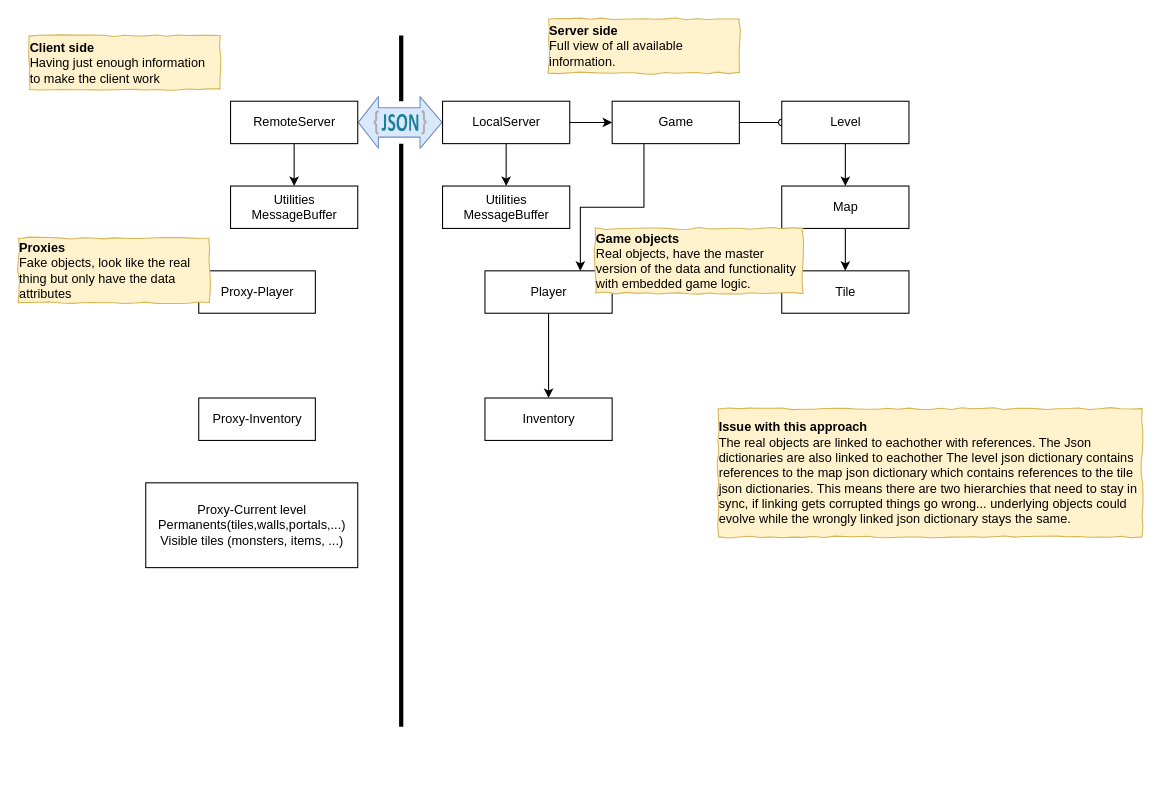
Frostlock/Warrens-II keeps this draw.io diagram as Docs/Client-Server.drawio. Above is the earlier version. Source tidied: cells renumbered, new cells numbered last; positions are measured from the earlier drawing's top-left corner, leaving out a move shared by most shapes. Both pictures are drawn from the tidied source at 106%, with x=0, y=0 at pixel (18, 18).
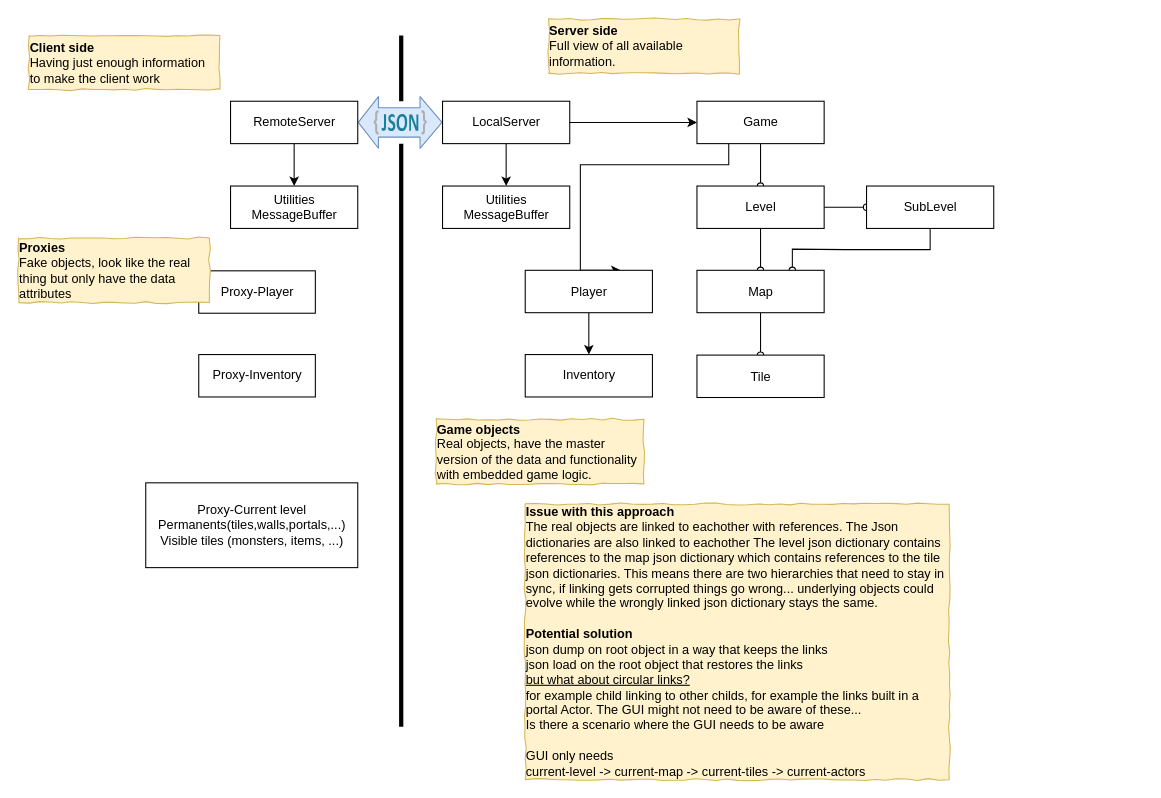
After the change.

Commit message:
client server comms

Change to the diagram source:
```diff
@@
     <mxCell id="3" style="edgeStyle=orthogonalEdgeStyle;rounded=0;jettySize=auto;html=1;entryX=0.75;entryY=0;entryDx=0;entryDy=0;exitX=0.25;exitY=1;exitDx=0;exitDy=0;" parent="1" edge="1" source="5" target="8">
-      <mxGeometry relative="1" as="geometry" />
+      <mxGeometry relative="1" as="geometry">
+        <Array as="points">
+          <mxPoint x="670" y="138" />
+          <mxPoint x="530" y="138" />
+        </Array>
+      </mxGeometry>
     </mxCell>
@@
     <mxCell id="5" value="Game" style="html=1;" parent="1" vertex="1">
-      <mxGeometry x="560" y="78" width="120" height="40" as="geometry" />
+      <mxGeometry x="640" y="78" width="120" height="40" as="geometry" />
     </mxCell>
     <mxCell id="6" value="Level" style="html=1;" parent="1" vertex="1">
-      <mxGeometry x="720" y="78" width="120" height="40" as="geometry" />
+      <mxGeometry x="640" y="158" width="120" height="40" as="geometry" />
     </mxCell>
@@
     <mxCell id="8" value="Player" style="html=1;" parent="1" vertex="1">
-      <mxGeometry x="440" y="238" width="120" height="40" as="geometry" />
+      <mxGeometry x="478" y="237.5" width="120" height="40" as="geometry" />
     </mxCell>
     <mxCell id="9" value="Inventory" style="html=1;" parent="1" vertex="1">
-      <mxGeometry x="440" y="358" width="120" height="40" as="geometry" />
+      <mxGeometry x="478" y="317" width="120" height="40" as="geometry" />
     </mxCell>
@@
     <mxCell id="24" value="Proxy-Inventory" style="html=1;" parent="1" vertex="1">
-      <mxGeometry x="170" y="358" width="110" height="40" as="geometry" />
+      <mxGeometry x="170" y="317" width="110" height="40" as="geometry" />
     </mxCell>
-    <mxCell id="25" style="edgeStyle=orthogonalEdgeStyle;rounded=0;jettySize=auto;html=1;endArrow=classic;endFill=1;exitX=0.5;exitY=1;exitDx=0;exitDy=0;" parent="1" edge="1" source="6" target="27">
-      <mxGeometry relative="1" as="geometry" />
-    </mxCell>
-    <mxCell id="26" style="edgeStyle=orthogonalEdgeStyle;rounded=0;jettySize=auto;html=1;endArrow=classic;endFill=1;" parent="1" edge="1" source="27" target="28">
-      <mxGeometry relative="1" as="geometry" />
-    </mxCell>
-    <mxCell id="27" value="Map" style="html=1;" parent="1" vertex="1">
-      <mxGeometry x="720" y="158" width="120" height="40" as="geometry" />
-    </mxCell>
-    <mxCell id="28" value="Tile" style="html=1;" parent="1" vertex="1">
-      <mxGeometry x="720" y="238" width="120" height="40" as="geometry" />
-    </mxCell>
@@
     <mxCell id="30" value="&lt;div style=&quot;text-align: left&quot;&gt;&lt;b&gt;Game objects&lt;/b&gt;&lt;/div&gt;&lt;div style=&quot;text-align: left&quot;&gt;&lt;span&gt;Real objects, have the master version of the data and functionality with embedded game logic.&lt;/span&gt;&lt;/div&gt;" style="text;html=1;align=center;verticalAlign=middle;whiteSpace=wrap;rounded=0;glass=0;comic=1;fillColor=#fff2cc;strokeColor=#d6b656;fontColor=#000000;" parent="1" vertex="1">
-      <mxGeometry x="544" y="198" width="196" height="61" as="geometry" />
+      <mxGeometry x="394" y="378" width="196" height="61" as="geometry" />
     </mxCell>
-    <mxCell id="31" value="&lt;div style=&quot;text-align: left&quot;&gt;&lt;b&gt;Issue with this approach&lt;/b&gt;&lt;/div&gt;&lt;div style=&quot;text-align: left&quot;&gt;&lt;span&gt;The real objects are linked to eachother with references. The Json dictionaries are also linked to eachother The level json dictionary contains references to the map json dictionary which contains references to the tile json dictionaries. This means there are two hierarchies that need to stay in sync, if linking gets corrupted things go wrong... underlying objects could evolve while the wrongly linked json dictionary stays the same.&lt;/span&gt;&lt;/div&gt;" style="text;html=1;align=center;verticalAlign=middle;whiteSpace=wrap;rounded=0;glass=0;comic=1;fillColor=#fff2cc;strokeColor=#d6b656;fontColor=#000000;" parent="1" vertex="1">
-      <mxGeometry x="660" y="368" width="400" height="121" as="geometry" />
+    <mxCell id="31" value="&lt;div style=&quot;text-align: left&quot;&gt;&lt;b&gt;Issue with this approach&lt;/b&gt;&lt;/div&gt;&lt;div style=&quot;text-align: left&quot;&gt;&lt;span&gt;The real objects are linked to eachother with references. The Json dictionaries are also linked to eachother The level json dictionary contains references to the map json dictionary which contains references to the tile json dictionaries. This means there are two hierarchies that need to stay in sync, if linking gets corrupted things go wrong... underlying objects could evolve while the wrongly linked json dictionary stays the same.&lt;/span&gt;&lt;/div&gt;&lt;div style=&quot;text-align: left&quot;&gt;&lt;span&gt;&lt;br&gt;&lt;/span&gt;&lt;/div&gt;&lt;div style=&quot;text-align: left&quot;&gt;&lt;span&gt;&lt;b&gt;Potential solution&lt;/b&gt;&lt;/span&gt;&lt;/div&gt;&lt;div style=&quot;text-align: left&quot;&gt;&lt;span&gt;json dump on root object in a way that keeps the links&lt;/span&gt;&lt;/div&gt;&lt;div style=&quot;text-align: left&quot;&gt;&lt;span&gt;json load on the root object that restores the links&lt;/span&gt;&lt;/div&gt;&lt;div style=&quot;text-align: left&quot;&gt;&lt;span&gt;&lt;u&gt;but what about circular links?&lt;/u&gt;&lt;br&gt;for example child linking to other childs, for example the links built in a portal Actor. The GUI might not need to be aware of these...&lt;br&gt;Is there a scenario where the GUI needs to be aware&lt;/span&gt;&lt;/div&gt;&lt;div style=&quot;text-align: left&quot;&gt;&lt;span&gt;&lt;br&gt;&lt;/span&gt;&lt;/div&gt;&lt;div style=&quot;text-align: left&quot;&gt;&lt;span&gt;GUI only needs&lt;/span&gt;&lt;/div&gt;&lt;div style=&quot;text-align: left&quot;&gt;&lt;span&gt;current-level -&amp;gt;&amp;nbsp;&lt;/span&gt;&lt;span&gt;current-map -&amp;gt;&amp;nbsp;&lt;/span&gt;&lt;span&gt;current-tiles -&amp;gt;&amp;nbsp;&lt;/span&gt;&lt;span&gt;current-actors&lt;/span&gt;&lt;/div&gt;" style="text;html=1;align=center;verticalAlign=middle;whiteSpace=wrap;rounded=0;glass=0;comic=1;fillColor=#fff2cc;strokeColor=#d6b656;fontColor=#000000;" parent="1" vertex="1">
+      <mxGeometry x="478" y="458" width="400" height="260" as="geometry" />
     </mxCell>
+    <mxCell id="25" style="edgeStyle=orthogonalEdgeStyle;rounded=0;jettySize=auto;html=1;endArrow=oval;endFill=0;exitX=0.5;exitY=1;exitDx=0;exitDy=0;entryX=0.5;entryY=0;entryDx=0;entryDy=0;" parent="1" edge="1" source="6" target="27">
+      <mxGeometry relative="1" as="geometry" />
+    </mxCell>
+    <mxCell id="26" style="edgeStyle=orthogonalEdgeStyle;rounded=0;jettySize=auto;html=1;endArrow=oval;endFill=0;exitX=0.5;exitY=1;exitDx=0;exitDy=0;entryX=0.5;entryY=0;entryDx=0;entryDy=0;" parent="1" edge="1" source="27" target="28">
+      <mxGeometry relative="1" as="geometry" />
+    </mxCell>
+    <mxCell id="28" value="Tile" style="html=1;" parent="1" vertex="1">
+      <mxGeometry x="640" y="317.5" width="120" height="40" as="geometry" />
+    </mxCell>
+    <mxCell id="32" style="edgeStyle=orthogonalEdgeStyle;rounded=0;jettySize=auto;html=1;endArrow=oval;endFill=0;exitX=0.5;exitY=1;exitDx=0;exitDy=0;entryX=0.75;entryY=0;entryDx=0;entryDy=0;" parent="1" edge="1" source="34" target="27">
+      <mxGeometry relative="1" as="geometry" />
+    </mxCell>
+    <mxCell id="33" style="edgeStyle=orthogonalEdgeStyle;rounded=0;jettySize=auto;html=1;endArrow=oval;endFill=0;exitX=1;exitY=0.5;exitDx=0;exitDy=0;entryX=0;entryY=0.5;entryDx=0;entryDy=0;" parent="1" edge="1" source="6" target="34">
+      <mxGeometry relative="1" as="geometry" />
+    </mxCell>
+    <mxCell id="34" value="SubLevel" style="html=1;" parent="1" vertex="1">
+      <mxGeometry x="800" y="158" width="120" height="40" as="geometry" />
+    </mxCell>
+    <mxCell id="27" value="Map" style="html=1;" parent="1" vertex="1">
+      <mxGeometry x="640" y="237.5" width="120" height="40" as="geometry" />
+    </mxCell>
```
